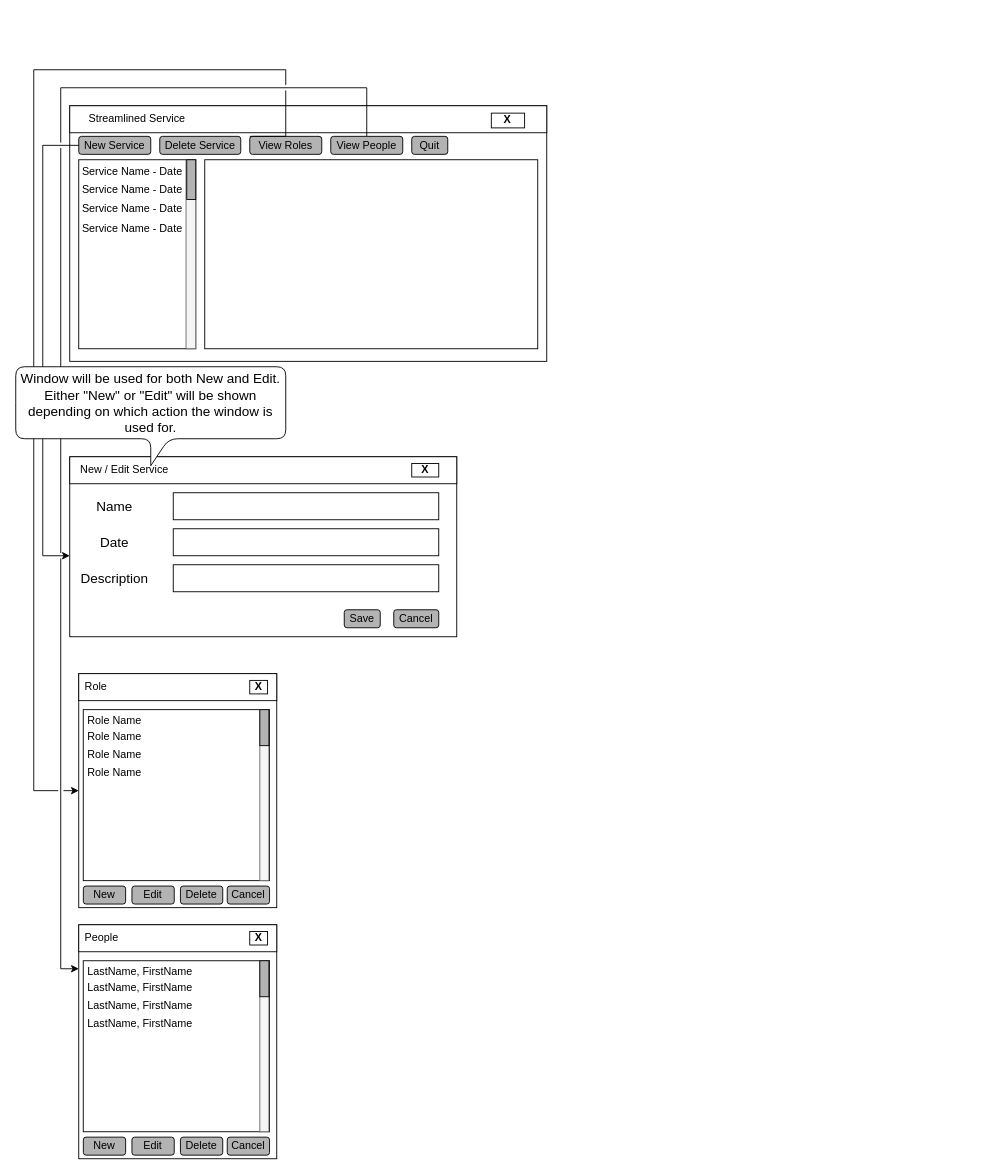
The draw.io diagram Major Project UI.drawio in AJ-Dwyer-UNWSP/COS2005-Major-Project, before the edit. Source tidied: cells renumbered, new cells numbered last; positions are measured from the earlier drawing's top-left corner, leaving out a move shared by most shapes. Both pictures are drawn from the tidied source at 90%, with x=0, y=0 at pixel (15, 69).
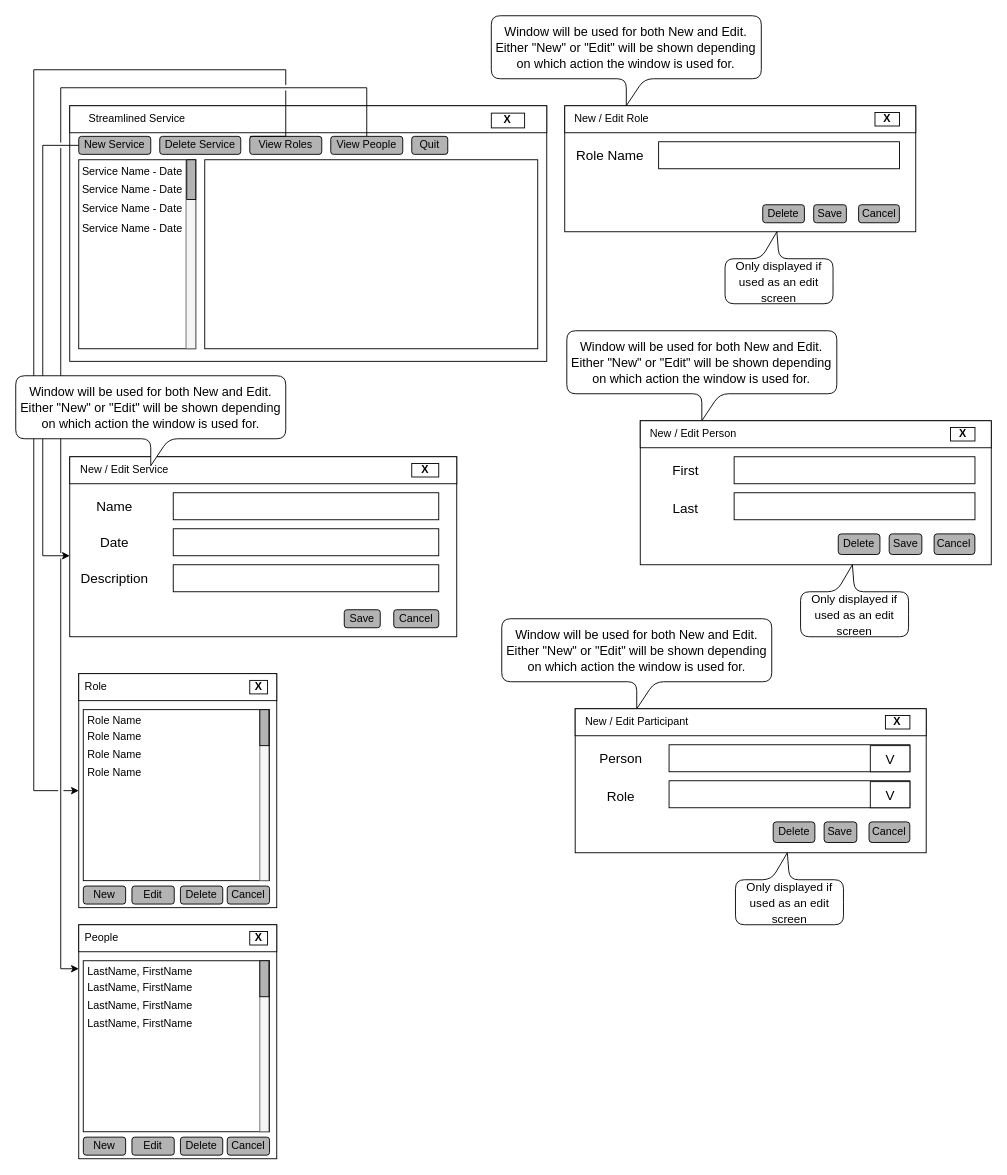
The same diagram, later.

Diff of the diagram source:
```diff
@@
-    <mxCell id="73" value="Window will be used for both New and Edit. Either &quot;New&quot; or &quot;Edit&quot; will be shown depending on which action the window is used for." style="shape=callout;whiteSpace=wrap;html=1;perimeter=calloutPerimeter;rounded=1;fontSize=15;" parent="1" vertex="1">
-      <mxGeometry y="330" width="300" height="110" as="geometry" />
+    <mxCell id="73" value="&lt;font style=&quot;font-size: 14px&quot;&gt;Window will be used for both New and Edit. Either &quot;New&quot; or &quot;Edit&quot; will be shown depending on which action the window is used for.&lt;/font&gt;" style="shape=callout;whiteSpace=wrap;html=1;perimeter=calloutPerimeter;rounded=1;fontSize=15;" parent="1" vertex="1">
+      <mxGeometry y="340" width="300" height="100" as="geometry" />
     </mxCell>
+    <mxCell id="74" style="whiteSpace=wrap;html=1;" parent="1" vertex="1">
+      <mxGeometry x="610" y="40" width="390" height="140" as="geometry" />
+    </mxCell>
+    <mxCell id="75" value="Delete" style="rounded=1;whiteSpace=wrap;html=1;strokeColor=default;fillColor=#B3B3B3;" parent="74" vertex="1">
+      <mxGeometry x="220" y="110" width="46.3" height="20" as="geometry" />
+    </mxCell>
+    <mxCell id="76" value="Save" style="rounded=1;whiteSpace=wrap;html=1;strokeColor=default;fillColor=#B3B3B3;" parent="74" vertex="1">
+      <mxGeometry x="276.6" y="110" width="36.3" height="20" as="geometry" />
+    </mxCell>
+    <mxCell id="77" value="Cancel" style="rounded=1;whiteSpace=wrap;html=1;strokeColor=default;fillColor=#B3B3B3;" parent="74" vertex="1">
+      <mxGeometry x="326.5" y="110" width="45.3" height="20" as="geometry" />
+    </mxCell>
+    <mxCell id="78" style="rounded=0;whiteSpace=wrap;html=1;" parent="1" vertex="1">
+      <mxGeometry x="610" y="40" width="390" height="30" as="geometry" />
+    </mxCell>
+    <mxCell id="79" value="&lt;span&gt;New / Edit Role&lt;br&gt;&lt;/span&gt;" style="rounded=0;whiteSpace=wrap;html=1;fillColor=#FFFFFF;strokeColor=none;align=left;" parent="1" vertex="1">
+      <mxGeometry x="619.1" y="45" width="299.3" height="20" as="geometry" />
+    </mxCell>
+    <mxCell id="80" value="&lt;b&gt;X&lt;/b&gt;" style="rounded=0;whiteSpace=wrap;html=1;fillColor=#FFFFFF;" parent="1" vertex="1">
+      <mxGeometry x="954.7" y="47.5" width="27.2" height="15" as="geometry" />
+    </mxCell>
+    <mxCell id="81" value="&lt;font style=&quot;font-size: 15px&quot;&gt;Role Name&lt;/font&gt;" style="text;html=1;strokeColor=none;fillColor=none;align=center;verticalAlign=middle;whiteSpace=wrap;rounded=0;fontSize=15;" parent="1" vertex="1">
+      <mxGeometry x="619.1" y="80" width="82.6" height="30" as="geometry" />
+    </mxCell>
+    <mxCell id="82" style="rounded=0;whiteSpace=wrap;html=1;" parent="1" vertex="1">
+      <mxGeometry x="714.3" y="80" width="267.6" height="30" as="geometry" />
+    </mxCell>
+    <mxCell id="83" value="&lt;font style=&quot;font-size: 14px&quot;&gt;Window will be used for both New and Edit. Either &quot;New&quot; or &quot;Edit&quot; will be shown depending on which action the window is used for.&lt;/font&gt;" style="shape=callout;whiteSpace=wrap;html=1;perimeter=calloutPerimeter;rounded=1;fontSize=15;" parent="1" vertex="1">
+      <mxGeometry x="528.4" y="-60" width="300" height="100" as="geometry" />
+    </mxCell>
+    <mxCell id="84" value="&lt;font style=&quot;font-size: 13px&quot;&gt;Only displayed if used as an edit screen&lt;/font&gt;" style="shape=callout;whiteSpace=wrap;html=1;perimeter=calloutPerimeter;rounded=1;fontSize=15;position2=0.52;direction=west;" parent="1" vertex="1">
+      <mxGeometry x="788.1" y="180" width="120" height="80" as="geometry" />
+    </mxCell>
+    <mxCell id="85" style="whiteSpace=wrap;html=1;" parent="1" vertex="1">
+      <mxGeometry x="693.9" y="390" width="390" height="160" as="geometry" />
+    </mxCell>
+    <mxCell id="86" value="Delete" style="rounded=1;whiteSpace=wrap;html=1;strokeColor=default;fillColor=#B3B3B3;" parent="85" vertex="1">
+      <mxGeometry x="220" y="125.7" width="46.3" height="22.9" as="geometry" />
+    </mxCell>
+    <mxCell id="87" value="Save" style="rounded=1;whiteSpace=wrap;html=1;strokeColor=default;fillColor=#B3B3B3;" parent="85" vertex="1">
+      <mxGeometry x="276.6" y="125.7" width="36.3" height="22.9" as="geometry" />
+    </mxCell>
+    <mxCell id="88" value="Cancel" style="rounded=1;whiteSpace=wrap;html=1;strokeColor=default;fillColor=#B3B3B3;" parent="85" vertex="1">
+      <mxGeometry x="326.5" y="125.7" width="45.3" height="22.9" as="geometry" />
+    </mxCell>
+    <mxCell id="89" value="&lt;font style=&quot;font-size: 15px&quot;&gt;Last&lt;/font&gt;" style="text;html=1;strokeColor=none;fillColor=none;align=center;verticalAlign=middle;whiteSpace=wrap;rounded=0;fontSize=15;" parent="85" vertex="1">
+      <mxGeometry x="9.1" y="80" width="82.6" height="34.3" as="geometry" />
+    </mxCell>
+    <mxCell id="90" style="rounded=0;whiteSpace=wrap;html=1;" parent="1" vertex="1">
+      <mxGeometry x="693.9" y="390" width="390" height="30" as="geometry" />
+    </mxCell>
+    <mxCell id="91" value="&lt;span&gt;New / Edit Person&lt;br&gt;&lt;/span&gt;" style="rounded=0;whiteSpace=wrap;html=1;fillColor=#FFFFFF;strokeColor=none;align=left;" parent="1" vertex="1">
+      <mxGeometry x="703" y="395" width="299.3" height="20" as="geometry" />
+    </mxCell>
+    <mxCell id="92" value="&lt;b&gt;X&lt;/b&gt;" style="rounded=0;whiteSpace=wrap;html=1;fillColor=#FFFFFF;" parent="1" vertex="1">
+      <mxGeometry x="1038.6" y="397.5" width="27.2" height="15" as="geometry" />
+    </mxCell>
+    <mxCell id="93" value="&lt;font style=&quot;font-size: 15px&quot;&gt;First&lt;/font&gt;" style="text;html=1;strokeColor=none;fillColor=none;align=center;verticalAlign=middle;whiteSpace=wrap;rounded=0;fontSize=15;" parent="1" vertex="1">
+      <mxGeometry x="703" y="430" width="82.6" height="30" as="geometry" />
+    </mxCell>
+    <mxCell id="94" style="rounded=0;whiteSpace=wrap;html=1;" parent="1" vertex="1">
+      <mxGeometry x="798.2" y="430" width="267.6" height="30" as="geometry" />
+    </mxCell>
+    <mxCell id="95" value="&lt;font style=&quot;font-size: 14px&quot;&gt;Window will be used for both New and Edit. Either &quot;New&quot; or &quot;Edit&quot; will be shown depending on which action the window is used for.&lt;/font&gt;" style="shape=callout;whiteSpace=wrap;html=1;perimeter=calloutPerimeter;rounded=1;fontSize=15;" parent="1" vertex="1">
+      <mxGeometry x="612.3" y="290" width="300" height="100" as="geometry" />
+    </mxCell>
+    <mxCell id="96" value="&lt;font style=&quot;font-size: 13px&quot;&gt;Only displayed if used as an edit screen&lt;/font&gt;" style="shape=callout;whiteSpace=wrap;html=1;perimeter=calloutPerimeter;rounded=1;fontSize=15;position2=0.52;direction=west;" parent="1" vertex="1">
+      <mxGeometry x="872" y="550" width="120" height="80" as="geometry" />
+    </mxCell>
+    <mxCell id="97" style="rounded=0;whiteSpace=wrap;html=1;" parent="1" vertex="1">
+      <mxGeometry x="798.2" y="470" width="267.6" height="30" as="geometry" />
+    </mxCell>
+    <mxCell id="98" style="whiteSpace=wrap;html=1;" parent="1" vertex="1">
+      <mxGeometry x="621.6" y="710" width="390" height="160" as="geometry" />
+    </mxCell>
+    <mxCell id="99" value="Delete" style="rounded=1;whiteSpace=wrap;html=1;strokeColor=default;fillColor=#B3B3B3;" parent="98" vertex="1">
+      <mxGeometry x="220" y="125.7" width="46.3" height="22.9" as="geometry" />
+    </mxCell>
+    <mxCell id="100" value="Save" style="rounded=1;whiteSpace=wrap;html=1;strokeColor=default;fillColor=#B3B3B3;" parent="98" vertex="1">
+      <mxGeometry x="276.6" y="125.7" width="36.3" height="22.9" as="geometry" />
+    </mxCell>
+    <mxCell id="101" value="Cancel" style="rounded=1;whiteSpace=wrap;html=1;strokeColor=default;fillColor=#B3B3B3;" parent="98" vertex="1">
+      <mxGeometry x="326.5" y="125.7" width="45.3" height="22.9" as="geometry" />
+    </mxCell>
+    <mxCell id="102" value="&lt;font style=&quot;font-size: 15px&quot;&gt;Role&lt;/font&gt;" style="text;html=1;strokeColor=none;fillColor=none;align=center;verticalAlign=middle;whiteSpace=wrap;rounded=0;fontSize=15;" parent="98" vertex="1">
+      <mxGeometry x="9.1" y="80" width="82.6" height="34.3" as="geometry" />
+    </mxCell>
+    <mxCell id="103" style="rounded=0;whiteSpace=wrap;html=1;" parent="1" vertex="1">
+      <mxGeometry x="621.6" y="710" width="390" height="30" as="geometry" />
+    </mxCell>
+    <mxCell id="104" value="&lt;span&gt;New / Edit Participant&lt;br&gt;&lt;/span&gt;" style="rounded=0;whiteSpace=wrap;html=1;fillColor=#FFFFFF;strokeColor=none;align=left;" parent="1" vertex="1">
+      <mxGeometry x="630.7" y="715" width="299.3" height="20" as="geometry" />
+    </mxCell>
+    <mxCell id="105" value="&lt;b&gt;X&lt;/b&gt;" style="rounded=0;whiteSpace=wrap;html=1;fillColor=#FFFFFF;" parent="1" vertex="1">
+      <mxGeometry x="966.3" y="717.5" width="27.2" height="15" as="geometry" />
+    </mxCell>
+    <mxCell id="106" value="&lt;font style=&quot;font-size: 15px&quot;&gt;Person&lt;/font&gt;" style="text;html=1;strokeColor=none;fillColor=none;align=center;verticalAlign=middle;whiteSpace=wrap;rounded=0;fontSize=15;" parent="1" vertex="1">
+      <mxGeometry x="630.7" y="750" width="82.6" height="30" as="geometry" />
+    </mxCell>
+    <mxCell id="107" style="rounded=0;whiteSpace=wrap;html=1;" parent="1" vertex="1">
+      <mxGeometry x="725.9" y="750" width="267.6" height="30" as="geometry" />
+    </mxCell>
+    <mxCell id="108" value="&lt;font style=&quot;font-size: 14px&quot;&gt;Window will be used for both New and Edit. Either &quot;New&quot; or &quot;Edit&quot; will be shown depending on which action the window is used for.&lt;/font&gt;" style="shape=callout;whiteSpace=wrap;html=1;perimeter=calloutPerimeter;rounded=1;fontSize=15;" parent="1" vertex="1">
+      <mxGeometry x="540" y="610" width="300" height="100" as="geometry" />
+    </mxCell>
+    <mxCell id="109" value="&lt;font style=&quot;font-size: 13px&quot;&gt;Only displayed if used as an edit screen&lt;/font&gt;" style="shape=callout;whiteSpace=wrap;html=1;perimeter=calloutPerimeter;rounded=1;fontSize=15;position2=0.52;direction=west;" parent="1" vertex="1">
+      <mxGeometry x="799.7" y="870" width="120" height="80" as="geometry" />
+    </mxCell>
+    <mxCell id="110" style="rounded=0;whiteSpace=wrap;html=1;" parent="1" vertex="1">
+      <mxGeometry x="725.9" y="790" width="267.6" height="30" as="geometry" />
+    </mxCell>
+    <mxCell id="111" value="V" style="rounded=0;whiteSpace=wrap;html=1;fontSize=15;" parent="1" vertex="1">
+      <mxGeometry x="949.5" y="791" width="44" height="29" as="geometry" />
+    </mxCell>
+    <mxCell id="112" value="V" style="rounded=0;whiteSpace=wrap;html=1;fontSize=15;" parent="1" vertex="1">
+      <mxGeometry x="949.5" y="751" width="44" height="29" as="geometry" />
+    </mxCell>
```
